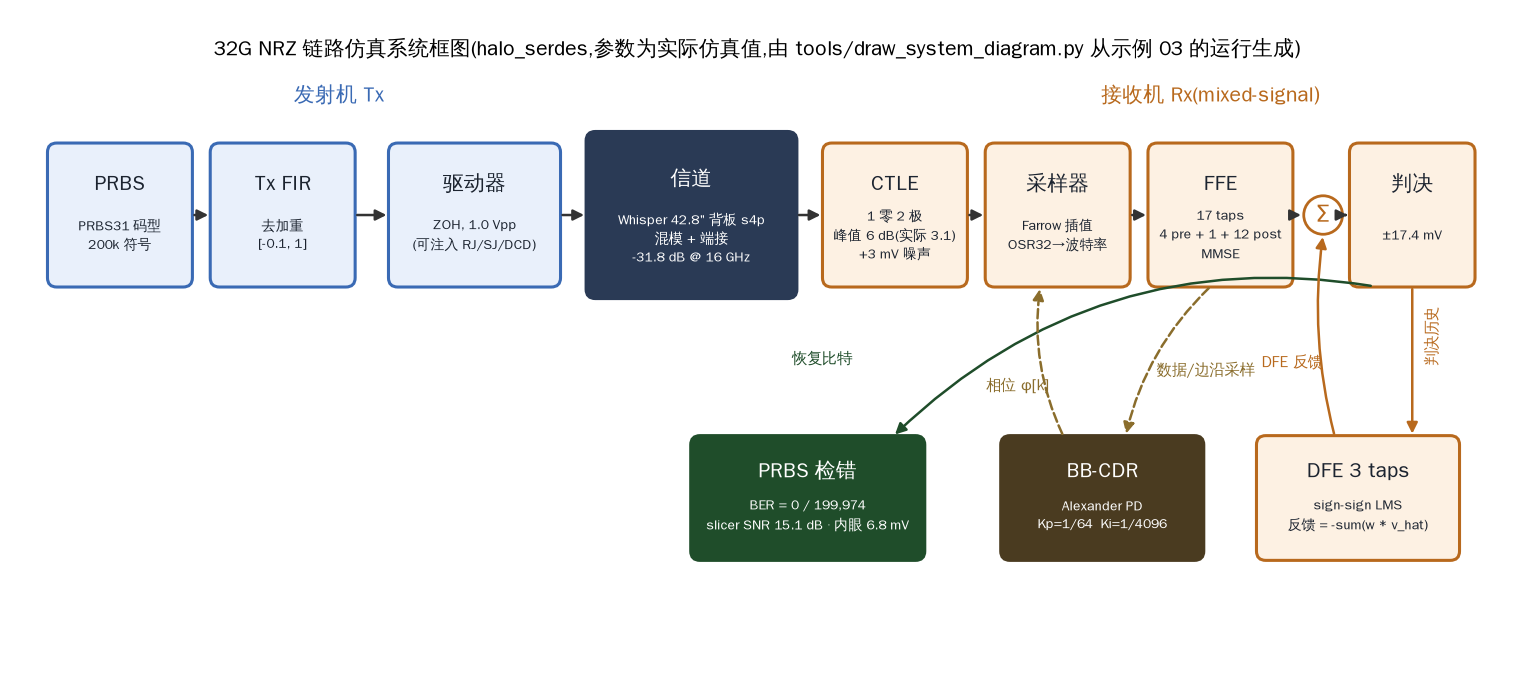
The Mermaid diagram docs/figures/nrz32_system_diagram.png in alexyudragonsword-collab/Halo_Serdes, before a commit. Its source is kept beside it as docs/nrz32_system_diagram.mmd.
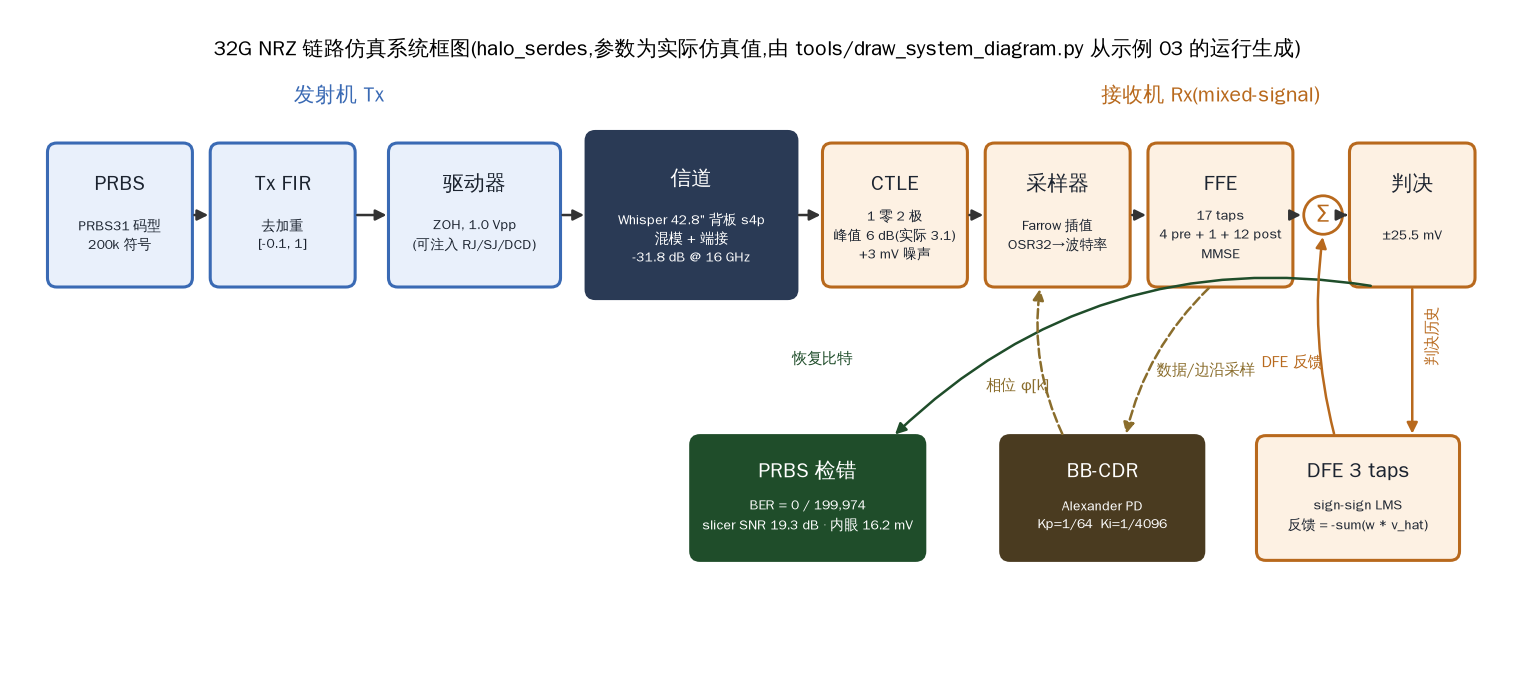
Above is the later version.

Change to the diagram source:
```diff
@@ -13,7 +13,7 @@
         N --> SAMP["采样器<br/>Farrow 插值<br/>OSR32→波特率"]
         SAMP --> FFE["FFE 17 taps(4 pre + 1 + 12 post)<br/>MMSE"]
         FFE --> SUM(("Σ"))
-        SUM --> SLC["判决器<br/>±17.4 mV"]
+        SUM --> SLC["判决器<br/>±25.5 mV"]
         SLC --> DFE["DFE 3 taps<br/>(sign-sign LMS)"]
         DFE -->|"反馈 −Σwᵢ·v̂ₖ₋ᵢ"| SUM
         SLC -.->|"数据/边沿采样"| CDR["BB-CDR<br/>Alexander PD<br/>Kp=1/64  Ki=1/4096"]
@@ -22,8 +22,8 @@
 
     subgraph MEAS["验证 & 观测"]
         CHK["PRBS 自同步检错<br/><b>BER = 0 / 199,974</b>"]
-        EYE["眼图: 均衡前闭合 →<br/>均衡后内眼 6.8 mV"]
-        SNR["slicer SNR 15.1 dB<br/>统计引擎浴盆可外推 1e-15"]
+        EYE["眼图: 均衡前闭合 →<br/>均衡后内眼 16.2 mV"]
+        SNR["slicer SNR 19.3 dB<br/>统计引擎浴盆可外推 1e-15"]
     end
 
     TX --> CH --> RX
```
